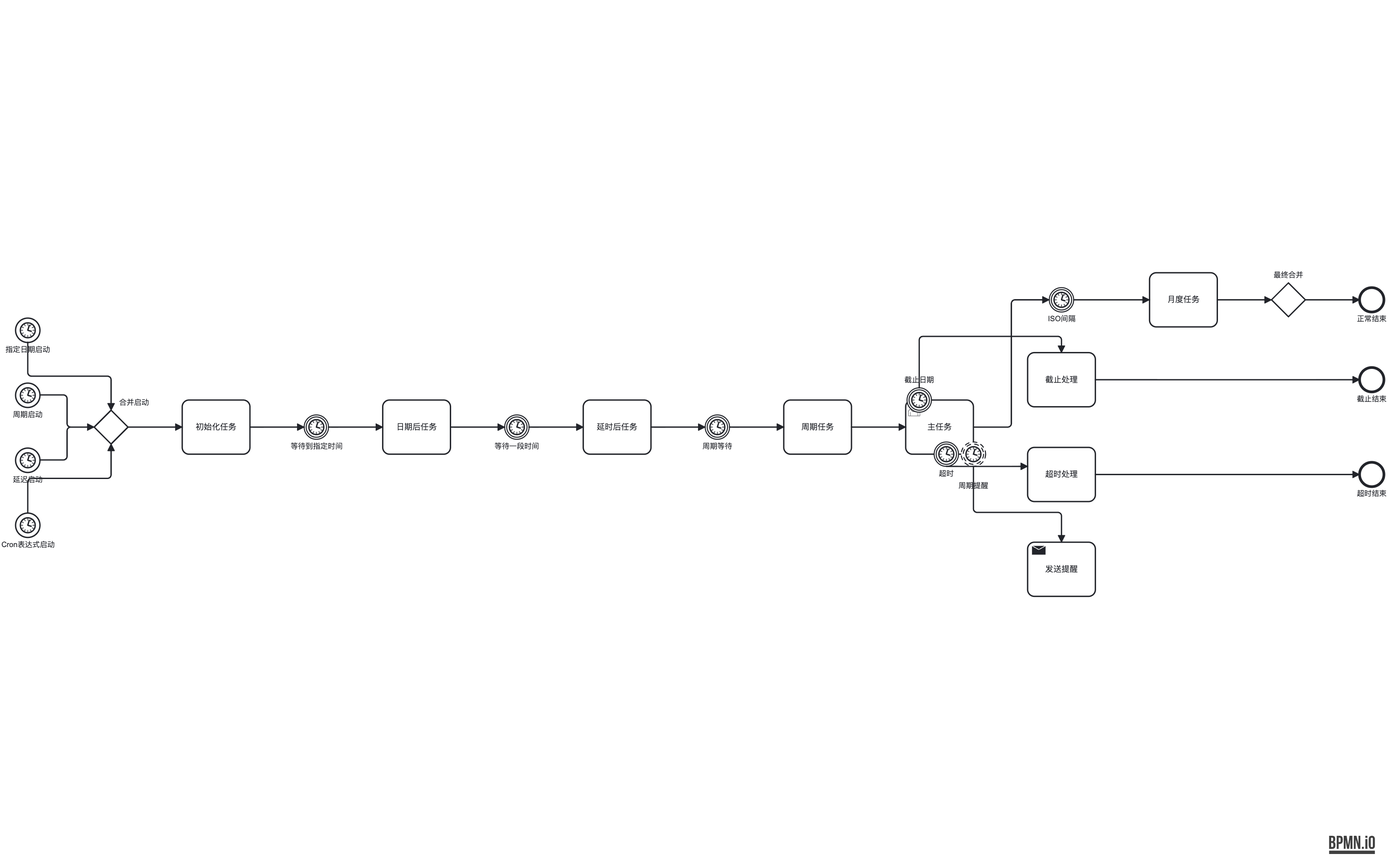
LcpMarvel/tramito-layout keeps this BPMN diagram as out-bpmn-png/14-timer-variants.png. Above is the earlier version. Its source is kept beside it as out-xml/14-timer-variants.bpmn. Ids are renumbered.
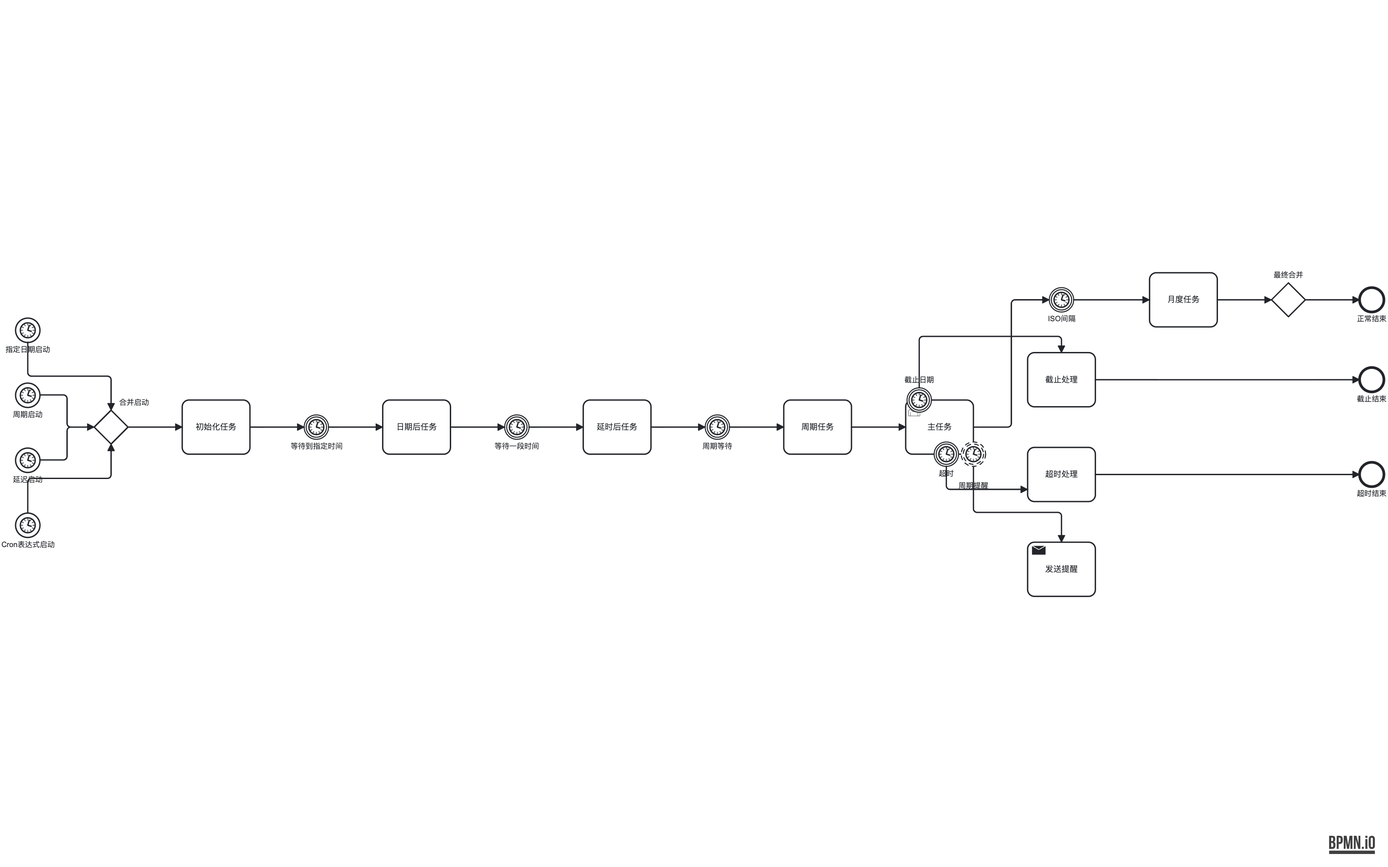
Above is the later version.

What changed in the source:
```diff
@@ -361,7 +361,8 @@
       </bpmndi:BPMNEdge>
       <bpmndi:BPMNEdge id="flow_timeout_boundary_di" bpmnElement="flow_timeout_boundary">
         <di:waypoint x="1436" y="318" />
-        <di:waypoint x="1556" y="318" />
+        <di:waypoint x="1436" y="352" />
+        <di:waypoint x="1556" y="352" />
       </bpmndi:BPMNEdge>
       <bpmndi:BPMNEdge id="flow_timeout_to_end_di" bpmnElement="flow_timeout_to_end">
         <di:waypoint x="1656" y="330" />
```
